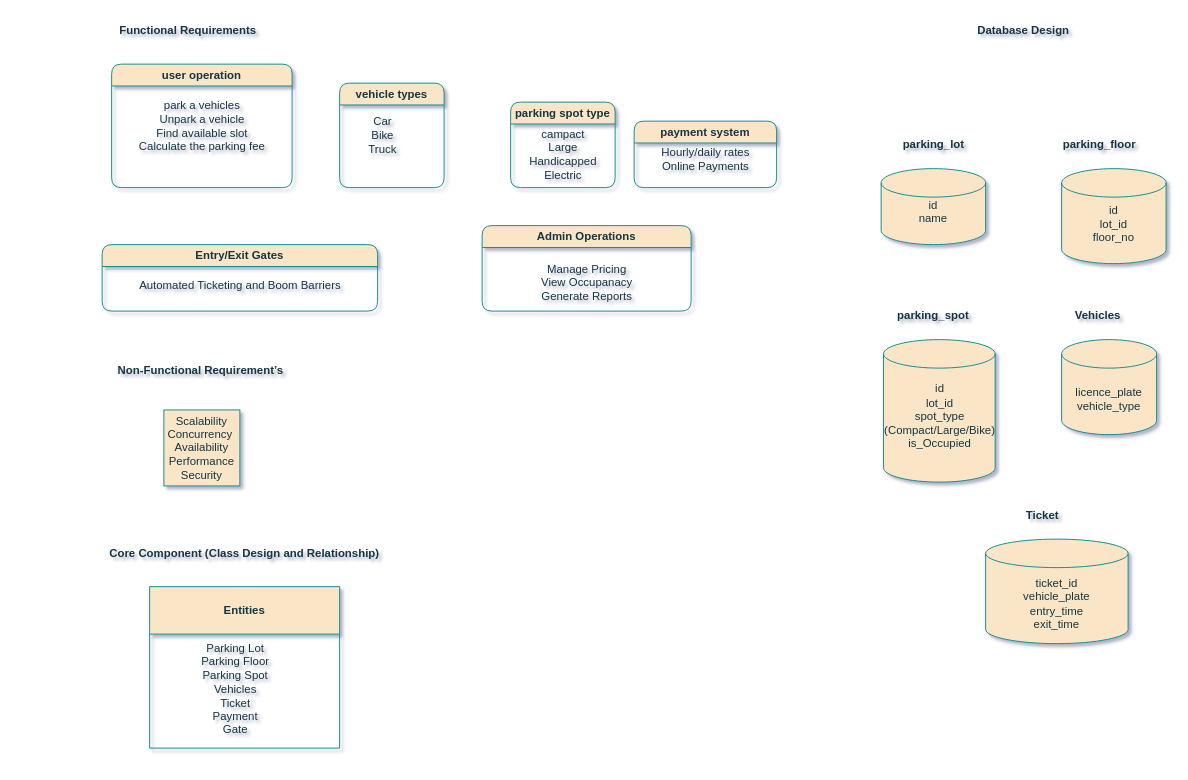
Earlier version of the draw.io diagram Untitled Diagram.drawio (Alok-Singh4885/system-design). Source tidied: cells renumbered, new cells numbered last; positions are measured from the earlier drawing's top-left corner, leaving out a move shared by most shapes. Both pictures are drawn from the tidied source at 95%, with x=0, y=0 at pixel (16, 16).
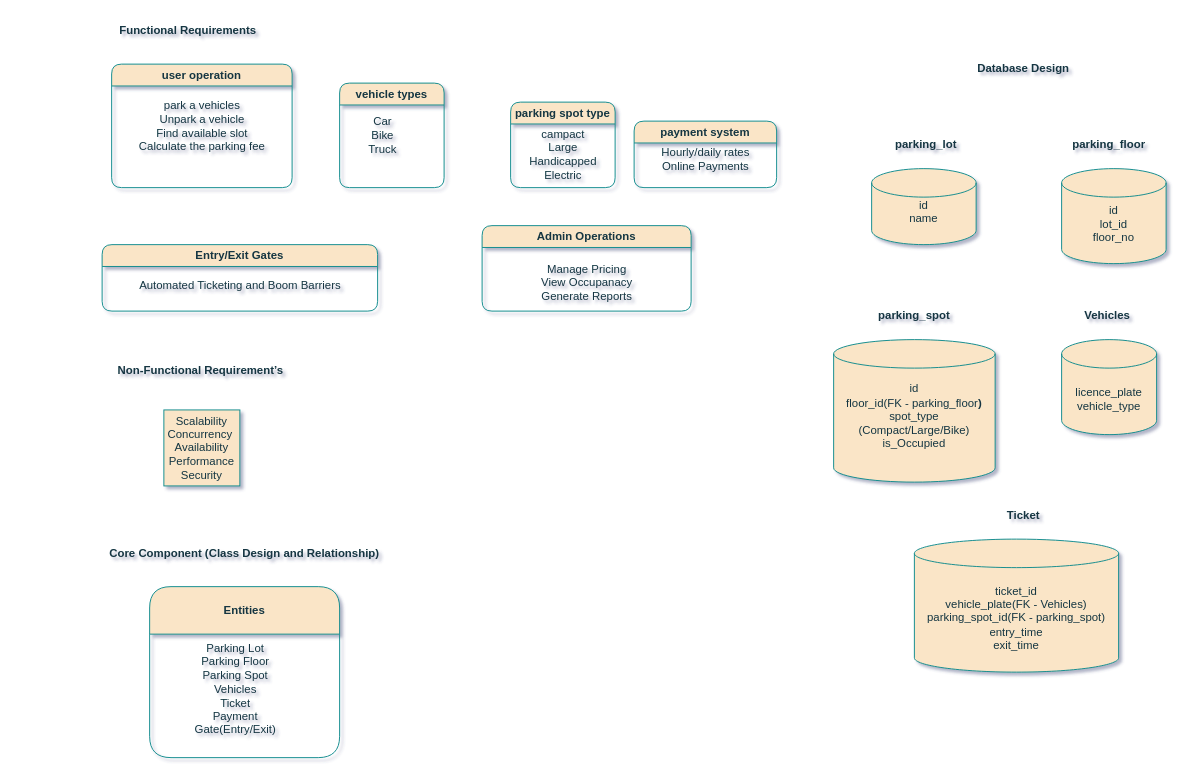
Above is the later version.

Commit message:
Parking Lot

The edit, as a diff of the source:
```diff
@@
-    <mxCell id="17" value="Entities" style="swimlane;whiteSpace=wrap;html=1;strokeColor=#0F8B8D;fontColor=#143642;fillColor=#FAE5C7;startSize=50;" parent="1" vertex="1">
-      <mxGeometry x="140" y="600" width="200" height="170" as="geometry" />
+    <mxCell id="17" value="Entities" style="swimlane;whiteSpace=wrap;html=1;strokeColor=#0F8B8D;fontColor=#143642;fillColor=#FAE5C7;startSize=50;rounded=1;" parent="1" vertex="1">
+      <mxGeometry x="140" y="600" width="200" height="180" as="geometry" />
     </mxCell>
-    <mxCell id="18" value="Parking Lot&lt;div&gt;Parking Floor&lt;/div&gt;&lt;div&gt;Parking Spot&lt;/div&gt;&lt;div&gt;Vehicles&lt;/div&gt;&lt;div&gt;Ticket&lt;/div&gt;&lt;div&gt;Payment&lt;/div&gt;&lt;div&gt;Gate&lt;/div&gt;&lt;div&gt;&lt;br&gt;&lt;/div&gt;" style="text;html=1;align=center;verticalAlign=middle;strokeColor=none;fillColor=none;fontColor=#143642;" parent="17" vertex="1">
-      <mxGeometry x="45" y="50" width="90" height="130" as="geometry" />
+    <mxCell id="18" value="Parking Lot&lt;div&gt;Parking Floor&lt;/div&gt;&lt;div&gt;Parking Spot&lt;/div&gt;&lt;div&gt;Vehicles&lt;/div&gt;&lt;div&gt;Ticket&lt;/div&gt;&lt;div&gt;Payment&lt;/div&gt;&lt;div&gt;Gate(Entry/Exit)&lt;/div&gt;&lt;div&gt;&lt;br&gt;&lt;/div&gt;" style="text;html=1;align=center;verticalAlign=middle;strokeColor=none;fillColor=none;fontColor=#143642;" parent="17" vertex="1">
+      <mxGeometry x="35" y="50" width="110" height="130" as="geometry" />
     </mxCell>
@@
     <mxCell id="21" value="&lt;b&gt;Database Design&lt;/b&gt;" style="text;html=1;align=center;verticalAlign=middle;whiteSpace=wrap;rounded=0;fontColor=#143642;" parent="1" vertex="1">
-      <mxGeometry x="960" width="200" height="30" as="geometry" />
+      <mxGeometry x="960" y="40" width="200" height="30" as="geometry" />
     </mxCell>
     <mxCell id="22" value="id&lt;div&gt;name&lt;/div&gt;&lt;div&gt;&lt;br&gt;&lt;/div&gt;" style="shape=cylinder3;whiteSpace=wrap;html=1;boundedLbl=1;backgroundOutline=1;size=15;strokeColor=#0F8B8D;fontColor=#143642;fillColor=#FAE5C7;" parent="1" vertex="1">
-      <mxGeometry x="910" y="160" width="110" height="80" as="geometry" />
+      <mxGeometry x="900" y="160" width="110" height="80" as="geometry" />
     </mxCell>
     <mxCell id="23" value="&lt;b&gt;parking_lot&lt;/b&gt;" style="text;html=1;align=center;verticalAlign=middle;whiteSpace=wrap;rounded=0;fontColor=#143642;" parent="1" vertex="1">
-      <mxGeometry x="912.5" y="120" width="105" height="30" as="geometry" />
+      <mxGeometry x="905" y="120" width="105" height="30" as="geometry" />
     </mxCell>
     <mxCell id="24" value="&lt;b&gt;parking_floor&lt;/b&gt;" style="text;html=1;align=center;verticalAlign=middle;whiteSpace=wrap;rounded=0;fontColor=#143642;" parent="1" vertex="1">
-      <mxGeometry x="1100" y="120" width="80" height="30" as="geometry" />
+      <mxGeometry x="1110" y="120" width="80" height="30" as="geometry" />
     </mxCell>
@@
     <mxCell id="26" value="&lt;b&gt;parking_spot&lt;/b&gt;" style="text;html=1;align=center;verticalAlign=middle;whiteSpace=wrap;rounded=0;fontColor=#143642;" parent="1" vertex="1">
-      <mxGeometry x="935" y="300" width="60" height="30" as="geometry" />
+      <mxGeometry x="915" y="300" width="60" height="30" as="geometry" />
     </mxCell>
-    <mxCell id="27" value="id&lt;div&gt;lot_id&lt;div&gt;spot_type&lt;/div&gt;&lt;div&gt;(Compact/Large/Bike)&lt;/div&gt;&lt;div&gt;is_Occupied&lt;/div&gt;&lt;div&gt;&lt;br&gt;&lt;/div&gt;&lt;/div&gt;" style="shape=cylinder3;whiteSpace=wrap;html=1;boundedLbl=1;backgroundOutline=1;size=15;strokeColor=#0F8B8D;fontColor=#143642;fillColor=#FAE5C7;" parent="1" vertex="1">
-      <mxGeometry x="912.5" y="340" width="117.5" height="150" as="geometry" />
+    <mxCell id="27" value="id&lt;div&gt;floor_id(FK -&amp;nbsp;parking_floor&lt;b&gt;)&lt;/b&gt;&lt;br&gt;&lt;div&gt;spot_type&lt;/div&gt;&lt;div&gt;(Compact/Large/Bike)&lt;/div&gt;&lt;div&gt;is_Occupied&lt;/div&gt;&lt;div&gt;&lt;br&gt;&lt;/div&gt;&lt;/div&gt;" style="shape=cylinder3;whiteSpace=wrap;html=1;boundedLbl=1;backgroundOutline=1;size=15;strokeColor=#0F8B8D;fontColor=#143642;fillColor=#FAE5C7;" parent="1" vertex="1">
+      <mxGeometry x="860" y="340" width="170" height="150" as="geometry" />
     </mxCell>
     <mxCell id="28" value="&lt;b&gt;Vehicles&lt;/b&gt;&amp;nbsp;" style="text;html=1;align=center;verticalAlign=middle;whiteSpace=wrap;rounded=0;fontColor=#143642;" parent="1" vertex="1">
-      <mxGeometry x="1110" y="300" width="60" height="30" as="geometry" />
+      <mxGeometry x="1120" y="300" width="60" height="30" as="geometry" />
     </mxCell>
@@
     <mxCell id="30" value="&lt;b&gt;Ticket&lt;/b&gt;" style="text;html=1;align=center;verticalAlign=middle;whiteSpace=wrap;rounded=0;fontColor=#143642;" parent="1" vertex="1">
-      <mxGeometry x="1050" y="510" width="60" height="30" as="geometry" />
+      <mxGeometry x="1030" y="510" width="60" height="30" as="geometry" />
     </mxCell>
-    <mxCell id="31" value="ticket_id&lt;div&gt;vehicle_plate&lt;/div&gt;&lt;div&gt;entry_time&lt;/div&gt;&lt;div&gt;exit_time&lt;/div&gt;" style="shape=cylinder3;whiteSpace=wrap;html=1;boundedLbl=1;backgroundOutline=1;size=15;strokeColor=#0F8B8D;fontColor=#143642;fillColor=#FAE5C7;" parent="1" vertex="1">
-      <mxGeometry x="1020" y="550" width="150" height="110" as="geometry" />
+    <mxCell id="31" value="ticket_id&lt;div&gt;vehicle_plate(FK - Vehicles)&lt;/div&gt;&lt;div&gt;parking_spot_id(FK - parking_spot)&lt;/div&gt;&lt;div&gt;entry_time&lt;/div&gt;&lt;div&gt;exit_time&lt;/div&gt;" style="shape=cylinder3;whiteSpace=wrap;html=1;boundedLbl=1;backgroundOutline=1;size=15;strokeColor=#0F8B8D;fontColor=#143642;fillColor=#FAE5C7;" parent="1" vertex="1">
+      <mxGeometry x="945" y="550" width="215" height="140" as="geometry" />
     </mxCell>
```
